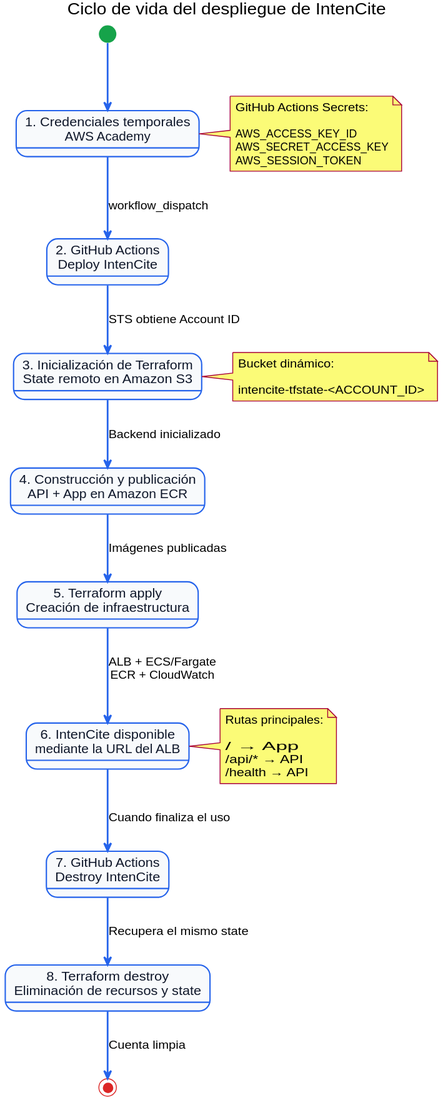
Above: docs/diagrams/01-flujo-github-actions.svg in jtorresor/citation-recommendation-nlp (PlantUML), before the change.
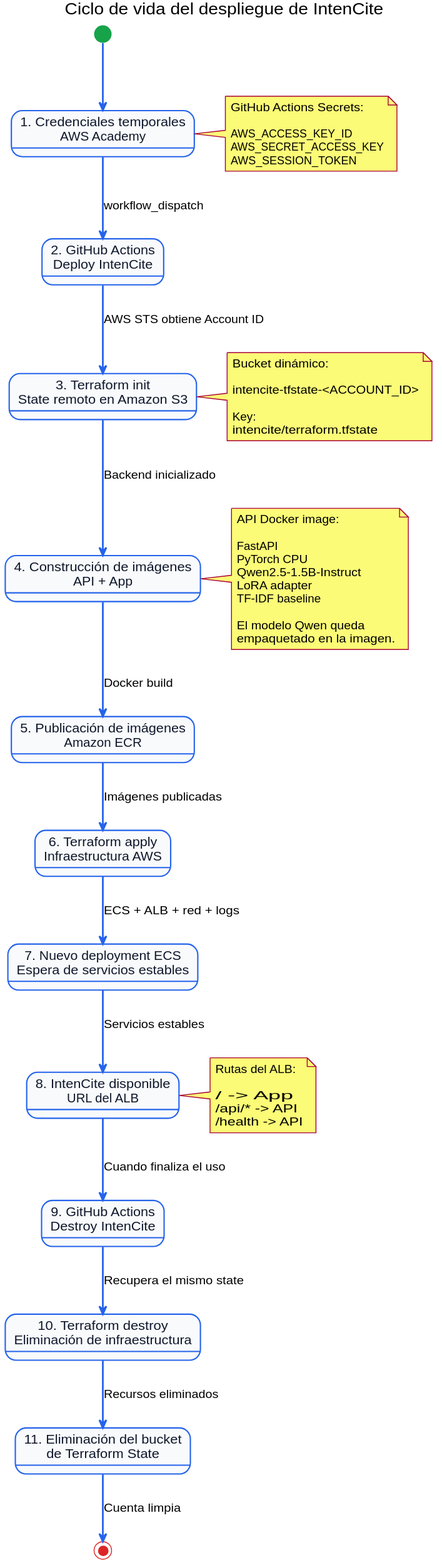
Above is the later version.

Change to the diagram source:
```diff
@@ -18,26 +18,31 @@
 
 state "1. Credenciales temporales\nAWS Academy" as Credentials
 state "2. GitHub Actions\nDeploy IntenCite" as Deploy
-state "3. Inicialización de Terraform\nState remoto en Amazon S3" as State
-state "4. Construcción y publicación\nAPI + App en Amazon ECR" as Images
-state "5. Terraform apply\nCreación de infraestructura" as Apply
-state "6. IntenCite disponible\nmediante la URL del ALB" as Running
-state "7. GitHub Actions\nDestroy IntenCite" as Destroy
-state "8. Terraform destroy\nEliminación de recursos y state" as Cleanup
+state "3. Terraform init\nState remoto en Amazon S3" as State
+state "4. Construcción de imágenes\nAPI + App" as Build
+state "5. Publicación de imágenes\nAmazon ECR" as Images
+state "6. Terraform apply\nInfraestructura AWS" as Apply
+state "7. Nuevo deployment ECS\nEspera de servicios estables" as Stabilize
+state "8. IntenCite disponible\nURL del ALB" as Running
+state "9. GitHub Actions\nDestroy IntenCite" as Destroy
+state "10. Terraform destroy\nEliminación de infraestructura" as Cleanup
+state "11. Eliminación del bucket\nde Terraform State" as StateCleanup
 
 [*] --> Credentials
 
 Credentials --> Deploy : workflow_dispatch
 
-Deploy --> State : STS obtiene Account ID
-State --> Images : Backend inicializado
+Deploy --> State : AWS STS obtiene Account ID
+State --> Build : Backend inicializado
+Build --> Images : Docker build
 Images --> Apply : Imágenes publicadas
-
-Apply --> Running : ALB + ECS/Fargate\nECR + CloudWatch
+Apply --> Stabilize : ECS + ALB + red + logs
+Stabilize --> Running : Servicios estables
 
 Running --> Destroy : Cuando finaliza el uso
 Destroy --> Cleanup : Recupera el mismo state
-Cleanup --> [*] : Cuenta limpia
+Cleanup --> StateCleanup : Recursos eliminados
+StateCleanup --> [*] : Cuenta limpia
 
 note right of Credentials
 GitHub Actions Secrets:
@@ -51,14 +56,30 @@
 Bucket dinámico:
 
 intencite-tfstate-<ACCOUNT_ID>
+
+Key:
+intencite/terraform.tfstate
+end note
+
+note right of Build
+API Docker image:
+
+FastAPI
+PyTorch CPU
+Qwen2.5-1.5B-Instruct
+LoRA adapter
+TF-IDF baseline
+
+El modelo Qwen queda
+empaquetado en la imagen.
 end note
 
 note right of Running
-Rutas principales:
+Rutas del ALB:
 
-/          → App
-/api/*     → API
-/health    → API
+/          -> App
+/api/*     -> API
+/health    -> API
 end note
 
 @enduml
```
